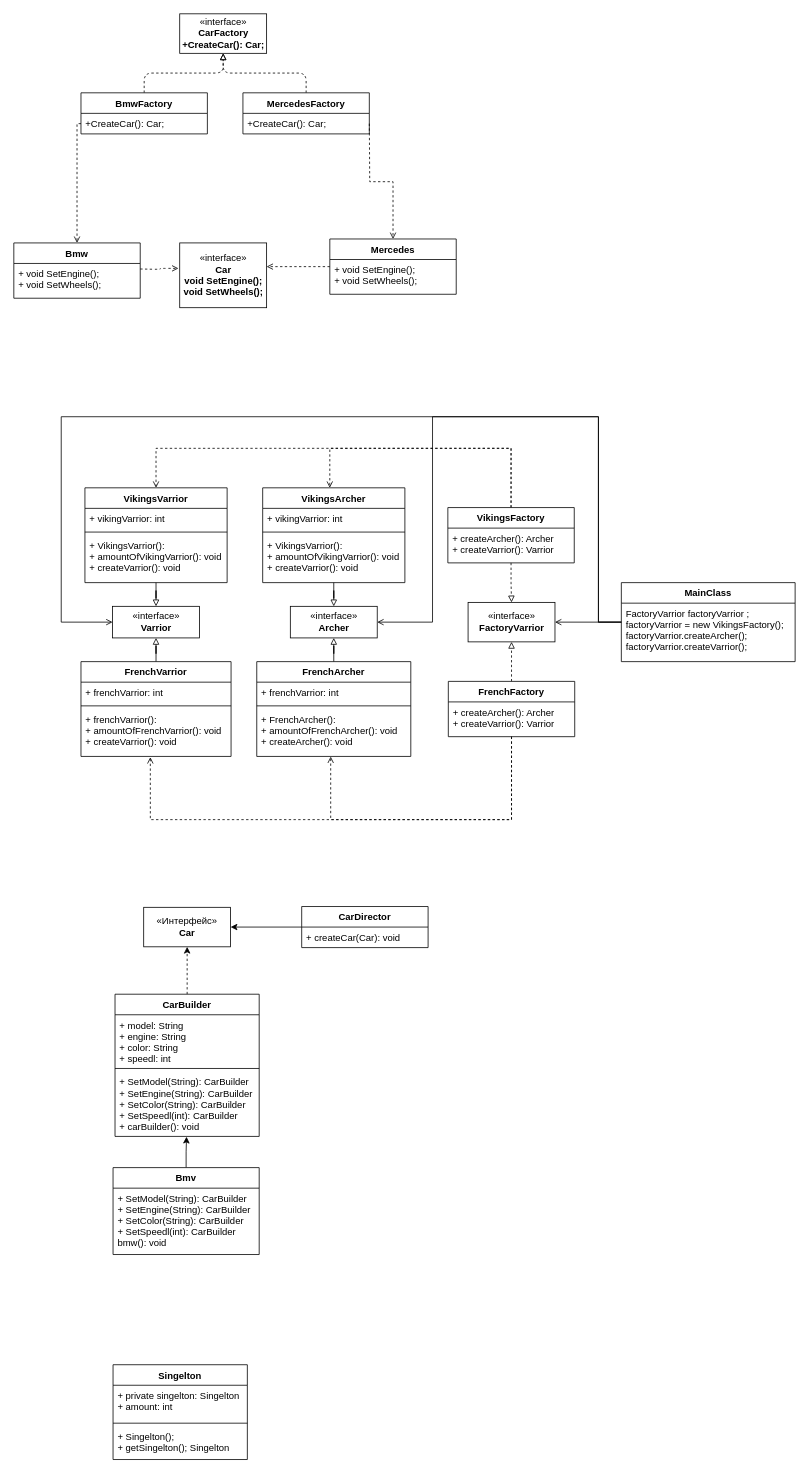
This is Untitled Diagram.drawio from antonshikalyov/Diagram-patterns-, a draw.io file, before an edit. Source tidied: cells renumbered, new cells numbered last; positions are measured from the earlier drawing's top-left corner, leaving out a move shared by most shapes. Both pictures are drawn from the tidied source at 79%, with x=0, y=0 at pixel (13, 13).
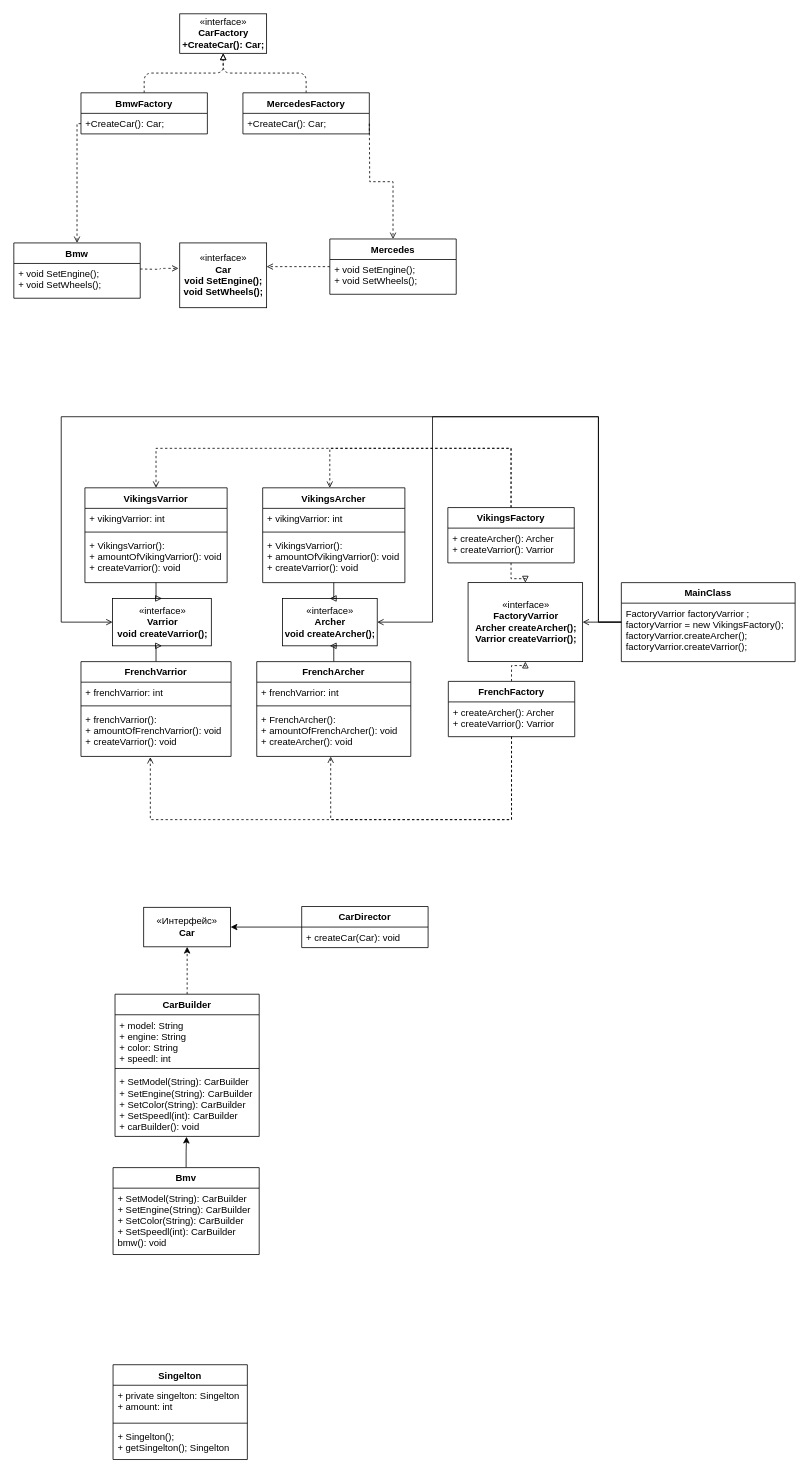
The same diagram, later.

Unchanged cells that the change refers to:
```xml
<mxCell id="35" style="group;" parent="1" vertex="1">
  <mxGeometry x="60" y="510" width="929" height="510" as="geometry" />
</mxCell>
```

What changed in the source:
```diff
@@
-    <mxCell id="36" value="«interface»&lt;br&gt;&lt;b&gt;Varrior&lt;/b&gt;" style="html=1;" parent="35" vertex="1">
-      <mxGeometry x="65" y="240" width="110" height="40" as="geometry" />
+    <mxCell id="36" value="«interface»&lt;br&gt;&lt;b&gt;Varrior&lt;br&gt;void createVarrior();&lt;br&gt;&lt;/b&gt;" style="html=1;" parent="35" vertex="1">
+      <mxGeometry x="65" y="230" width="125" height="60" as="geometry" />
     </mxCell>
-    <mxCell id="37" value="«interface»&lt;br&gt;&lt;b&gt;Archer&lt;/b&gt;" style="html=1;" parent="35" vertex="1">
-      <mxGeometry x="290" y="240" width="110" height="40" as="geometry" />
+    <mxCell id="37" value="«interface»&lt;br&gt;&lt;b&gt;Archer&lt;br&gt;void createArcher();&lt;br&gt;&lt;/b&gt;" style="html=1;" parent="35" vertex="1">
+      <mxGeometry x="280" y="230" width="120" height="60" as="geometry" />
     </mxCell>
@@
-    <mxCell id="58" value="«interface»&lt;br&gt;&lt;b&gt;FactoryVarrior&lt;/b&gt;" style="html=1;" parent="35" vertex="1">
-      <mxGeometry x="515" y="235" width="110" height="50" as="geometry" />
+    <mxCell id="58" value="«interface»&lt;br&gt;&lt;b&gt;FactoryVarrior&lt;br&gt;Archer createArcher();&lt;br&gt;Varrior createVarrior();&lt;br&gt;&lt;/b&gt;" style="html=1;" parent="35" vertex="1">
+      <mxGeometry x="515" y="210" width="145" height="100" as="geometry" />
     </mxCell>
```
